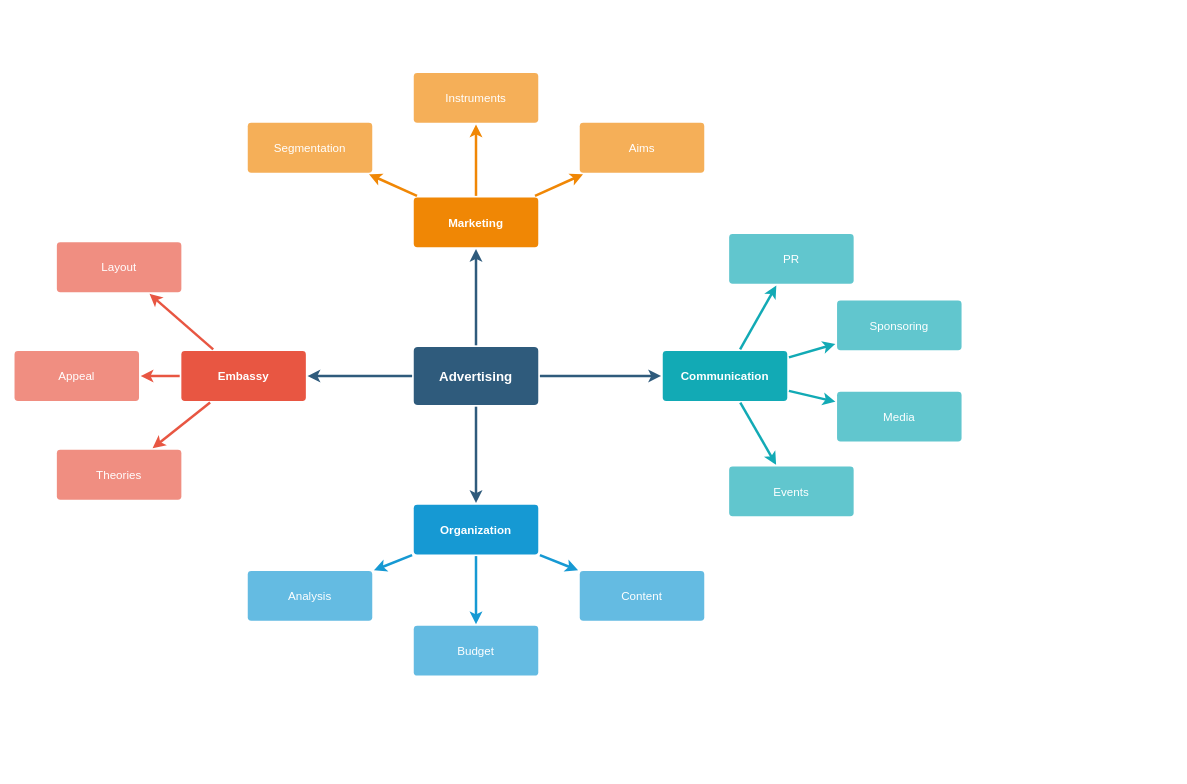
RosianeSangali/RosianeSangali keeps this draw.io diagram as mapapilarespc.drawio. Above is the earlier version. Source tidied: cells renumbered, new cells numbered last; positions are measured from the earlier drawing's top-left corner, leaving out a move shared by most shapes. Both pictures are drawn from the tidied source at 83%, with x=0, y=0 at pixel (14, 72).
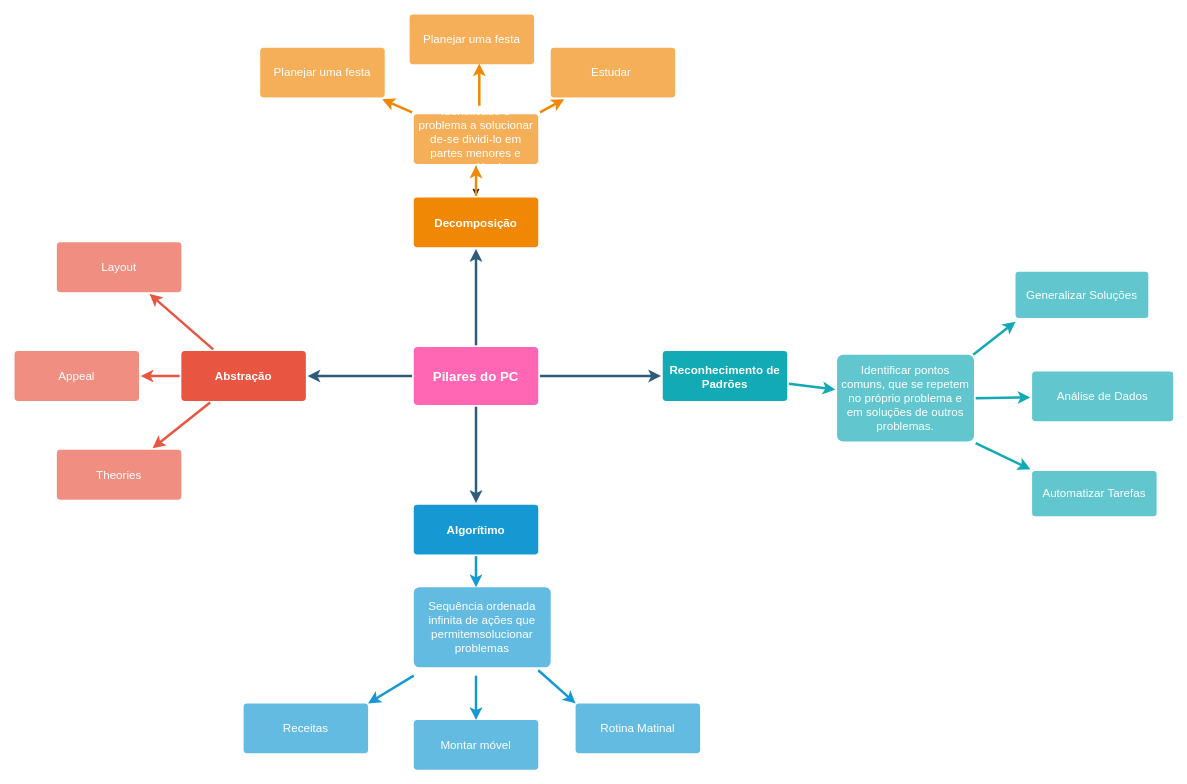
The same diagram, later.

Change to the diagram source:
```diff
@@
-    <mxCell id="6" value="Advertising" style="rounded=1;whiteSpace=wrap;html=1;shadow=0;labelBackgroundColor=none;strokeColor=none;strokeWidth=3;fillColor=#2F5B7C;fontFamily=Helvetica;fontSize=16;fontColor=#FFFFFF;align=center;fontStyle=1;spacing=5;arcSize=7;perimeterSpacing=2;" parent="1" vertex="1">
+    <mxCell id="6" value="Pilares do PC" style="rounded=1;whiteSpace=wrap;html=1;shadow=0;labelBackgroundColor=none;strokeColor=none;strokeWidth=3;fillColor=#FF66B3;fontFamily=Helvetica;fontSize=16;fontColor=#FFFFFF;align=center;fontStyle=1;spacing=5;arcSize=7;perimeterSpacing=2;" parent="1" vertex="1">
       <mxGeometry x="481" y="330.5" width="150" height="70" as="geometry" />
     </mxCell>
@@
-    <mxCell id="10" value="Embassy" style="rounded=1;whiteSpace=wrap;html=1;shadow=0;labelBackgroundColor=none;strokeColor=none;strokeWidth=3;fillColor=#e85642;fontFamily=Helvetica;fontSize=14;fontColor=#FFFFFF;align=center;spacing=5;fontStyle=1;arcSize=7;perimeterSpacing=2;" parent="1" vertex="1">
+    <mxCell id="10" value="Abstração" style="rounded=1;whiteSpace=wrap;html=1;shadow=0;labelBackgroundColor=none;strokeColor=none;strokeWidth=3;fillColor=#e85642;fontFamily=Helvetica;fontSize=14;fontColor=#FFFFFF;align=center;spacing=5;fontStyle=1;arcSize=7;perimeterSpacing=2;" parent="1" vertex="1">
       <mxGeometry x="201" y="335.5" width="150" height="60" as="geometry" />
     </mxCell>
@@
-    <mxCell id="14" style="edgeStyle=none;rounded=0;jumpStyle=none;html=1;shadow=0;labelBackgroundColor=none;startArrow=none;startFill=0;endArrow=classic;endFill=1;jettySize=auto;strokeColor=#1699D3;strokeWidth=3;fontFamily=Helvetica;fontSize=14;fontColor=#FFFFFF;spacing=5;" parent="1" edge="1" source="17" target="20">
-      <mxGeometry relative="1" as="geometry" />
+    <mxCell id="14" style="edgeStyle=none;rounded=0;jumpStyle=none;html=1;shadow=0;labelBackgroundColor=none;startArrow=none;startFill=0;endArrow=classic;endFill=1;jettySize=auto;orthogonalLoop=1;strokeColor=#1699D3;strokeWidth=3;fontFamily=Helvetica;fontSize=14;fontColor=#FFFFFF;spacing=5;" parent="1" edge="1">
+      <mxGeometry relative="1" as="geometry">
+        <mxPoint x="481" y="726.5" as="sourcePoint" />
+        <mxPoint x="426" y="760" as="targetPoint" />
+      </mxGeometry>
     </mxCell>
-    <mxCell id="15" style="edgeStyle=none;rounded=0;jumpStyle=none;html=1;shadow=0;labelBackgroundColor=none;startArrow=none;startFill=0;endArrow=classic;endFill=1;jettySize=auto;strokeColor=#1699D3;strokeWidth=3;fontFamily=Helvetica;fontSize=14;fontColor=#FFFFFF;spacing=5;" parent="1" edge="1" source="17" target="19">
-      <mxGeometry relative="1" as="geometry" />
+    <mxCell id="15" style="edgeStyle=none;rounded=0;jumpStyle=none;html=1;shadow=0;labelBackgroundColor=none;startArrow=none;startFill=0;endArrow=classic;endFill=1;jettySize=auto;strokeColor=#1699D3;strokeWidth=3;fontFamily=Helvetica;fontSize=14;fontColor=#FFFFFF;spacing=5;" parent="1" edge="1" source="17">
+      <mxGeometry relative="1" as="geometry">
+        <mxPoint x="556" y="620" as="targetPoint" />
+      </mxGeometry>
     </mxCell>
-    <mxCell id="16" style="edgeStyle=none;rounded=0;jumpStyle=none;html=1;shadow=0;labelBackgroundColor=none;startArrow=none;startFill=0;endArrow=classic;endFill=1;jettySize=auto;strokeColor=#1699D3;strokeWidth=3;fontFamily=Helvetica;fontSize=14;fontColor=#FFFFFF;spacing=5;" parent="1" edge="1" source="17" target="18">
-      <mxGeometry relative="1" as="geometry" />
+    <mxCell id="16" style="edgeStyle=none;rounded=0;jumpStyle=none;html=1;shadow=0;labelBackgroundColor=none;startArrow=none;startFill=0;endArrow=classic;endFill=1;jettySize=auto;orthogonalLoop=1;strokeColor=#1699D3;strokeWidth=3;fontFamily=Helvetica;fontSize=14;fontColor=#FFFFFF;spacing=5;" parent="1" edge="1">
+      <mxGeometry relative="1" as="geometry">
+        <mxPoint x="556" y="726.5" as="sourcePoint" />
+        <mxPoint x="556" y="780" as="targetPoint" />
+      </mxGeometry>
     </mxCell>
-    <mxCell id="17" value="Organization" style="rounded=1;whiteSpace=wrap;html=1;shadow=0;labelBackgroundColor=none;strokeColor=none;strokeWidth=3;fillColor=#1699d3;fontFamily=Helvetica;fontSize=14;fontColor=#FFFFFF;align=center;spacing=5;fontStyle=1;arcSize=7;perimeterSpacing=2;" parent="1" vertex="1">
+    <mxCell id="17" value="Algorítimo" style="rounded=1;whiteSpace=wrap;html=1;shadow=0;labelBackgroundColor=none;strokeColor=none;strokeWidth=3;fillColor=#1699d3;fontFamily=Helvetica;fontSize=14;fontColor=#FFFFFF;align=center;spacing=5;fontStyle=1;arcSize=7;perimeterSpacing=2;" parent="1" vertex="1">
       <mxGeometry x="481" y="520.5" width="150" height="60" as="geometry" />
     </mxCell>
-    <mxCell id="18" value="Content" style="rounded=1;whiteSpace=wrap;html=1;shadow=0;labelBackgroundColor=none;strokeColor=none;strokeWidth=3;fillColor=#64bbe2;fontFamily=Helvetica;fontSize=14;fontColor=#FFFFFF;align=center;spacing=5;arcSize=7;perimeterSpacing=2;" parent="1" vertex="1">
-      <mxGeometry x="681" y="600.5" width="150" height="60" as="geometry" />
+    <mxCell id="18" value="Montar móvel" style="rounded=1;whiteSpace=wrap;html=1;shadow=0;labelBackgroundColor=none;strokeColor=none;strokeWidth=3;fillColor=#64bbe2;fontFamily=Helvetica;fontSize=14;fontColor=#FFFFFF;align=center;spacing=5;arcSize=7;perimeterSpacing=2;" parent="1" vertex="1">
+      <mxGeometry x="481" y="780" width="150" height="60" as="geometry" />
     </mxCell>
-    <mxCell id="19" value="Budget" style="rounded=1;whiteSpace=wrap;html=1;shadow=0;labelBackgroundColor=none;strokeColor=none;strokeWidth=3;fillColor=#64bbe2;fontFamily=Helvetica;fontSize=14;fontColor=#FFFFFF;align=center;spacing=5;arcSize=7;perimeterSpacing=2;" parent="1" vertex="1">
-      <mxGeometry x="481" y="666.5" width="150" height="60" as="geometry" />
+    <mxCell id="19" value="Sequência ordenada infinita de ações que permitemsolucionar problemas" style="rounded=1;whiteSpace=wrap;html=1;shadow=0;labelBackgroundColor=none;strokeColor=none;strokeWidth=3;fillColor=#64bbe2;fontFamily=Helvetica;fontSize=14;fontColor=#FFFFFF;align=center;spacing=5;arcSize=7;perimeterSpacing=2;" parent="1" vertex="1">
+      <mxGeometry x="481" y="620" width="165" height="96.5" as="geometry" />
     </mxCell>
-    <mxCell id="20" value="Analysis" style="rounded=1;whiteSpace=wrap;html=1;shadow=0;labelBackgroundColor=none;strokeColor=none;strokeWidth=3;fillColor=#64bbe2;fontFamily=Helvetica;fontSize=14;fontColor=#FFFFFF;align=center;spacing=5;arcSize=7;perimeterSpacing=2;" parent="1" vertex="1">
-      <mxGeometry x="281" y="600.5" width="150" height="60" as="geometry" />
+    <mxCell id="20" value="Receitas" style="rounded=1;whiteSpace=wrap;html=1;shadow=0;labelBackgroundColor=none;strokeColor=none;strokeWidth=3;fillColor=#64bbe2;fontFamily=Helvetica;fontSize=14;fontColor=#FFFFFF;align=center;spacing=5;arcSize=7;perimeterSpacing=2;" parent="1" vertex="1">
+      <mxGeometry x="276" y="760" width="150" height="60" as="geometry" />
     </mxCell>
-    <mxCell id="21" value="Marketing" style="rounded=1;whiteSpace=wrap;html=1;shadow=0;labelBackgroundColor=none;strokeColor=none;strokeWidth=3;fillColor=#F08705;fontFamily=Helvetica;fontSize=14;fontColor=#FFFFFF;align=center;spacing=5;fontStyle=1;arcSize=7;perimeterSpacing=2;" parent="1" vertex="1">
+    <mxCell id="21" value="Decomposição" style="rounded=1;whiteSpace=wrap;html=1;shadow=0;labelBackgroundColor=none;strokeColor=none;strokeWidth=3;fillColor=#F08705;fontFamily=Helvetica;fontSize=14;fontColor=#FFFFFF;align=center;spacing=5;fontStyle=1;arcSize=7;perimeterSpacing=2;" parent="1" vertex="1">
       <mxGeometry x="481" y="150.5" width="150" height="60" as="geometry" />
     </mxCell>
-    <mxCell id="22" value="Aims&lt;br&gt;" style="rounded=1;whiteSpace=wrap;html=1;shadow=0;labelBackgroundColor=none;strokeColor=none;strokeWidth=3;fillColor=#f5af58;fontFamily=Helvetica;fontSize=14;fontColor=#FFFFFF;align=center;spacing=5;arcSize=7;perimeterSpacing=2;" parent="1" vertex="1">
-      <mxGeometry x="681" y="60.5" width="150" height="60" as="geometry" />
+    <mxCell id="22" value="Estudar&amp;nbsp;" style="rounded=1;whiteSpace=wrap;html=1;shadow=0;labelBackgroundColor=none;strokeColor=none;strokeWidth=3;fillColor=#f5af58;fontFamily=Helvetica;fontSize=14;fontColor=#FFFFFF;align=center;spacing=5;arcSize=7;perimeterSpacing=2;" parent="1" vertex="1">
+      <mxGeometry x="646" y="-30" width="150" height="60" as="geometry" />
     </mxCell>
-    <mxCell id="23" style="edgeStyle=none;rounded=0;jumpStyle=none;html=1;shadow=0;labelBackgroundColor=none;startArrow=none;startFill=0;endArrow=classic;endFill=1;jettySize=auto;strokeColor=#F08705;strokeWidth=3;fontFamily=Helvetica;fontSize=14;fontColor=#FFFFFF;spacing=5;" parent="1" edge="1" source="21" target="22">
+    <mxCell id="23" style="edgeStyle=none;rounded=0;jumpStyle=none;html=1;shadow=0;labelBackgroundColor=none;startArrow=none;startFill=0;endArrow=classic;endFill=1;jettySize=auto;strokeColor=#F08705;strokeWidth=3;fontFamily=Helvetica;fontSize=14;fontColor=#FFFFFF;spacing=5;exitX=1;exitY=0;exitDx=0;exitDy=0;" parent="1" edge="1" source="24" target="22">
       <mxGeometry relative="1" as="geometry" />
     </mxCell>
+    <mxCell id="37" style="edgeStyle=orthogonalEdgeStyle;rounded=0;jettySize=auto;html=1;" parent="1" edge="1" source="24" target="21">
+      <mxGeometry relative="1" as="geometry" />
+    </mxCell>
-    <mxCell id="24" value="Instruments" style="rounded=1;whiteSpace=wrap;html=1;shadow=0;labelBackgroundColor=none;strokeColor=none;strokeWidth=3;fillColor=#f5af58;fontFamily=Helvetica;fontSize=14;fontColor=#FFFFFF;align=center;spacing=5;arcSize=7;perimeterSpacing=2;" parent="1" vertex="1">
-      <mxGeometry x="481" y="0.5" width="150" height="60" as="geometry" />
+    <mxCell id="24" value="Identificado o problema a solucionar de-se dividi-lo em partes menores e gerenciáveis." style="rounded=1;whiteSpace=wrap;html=1;shadow=0;labelBackgroundColor=none;strokeColor=none;strokeWidth=3;fillColor=#f5af58;fontFamily=Helvetica;fontSize=14;fontColor=#FFFFFF;align=center;spacing=5;arcSize=7;perimeterSpacing=2;" parent="1" vertex="1">
+      <mxGeometry x="481" y="50" width="150" height="60" as="geometry" />
     </mxCell>
@@
-    <mxCell id="26" value="Segmentation" style="rounded=1;whiteSpace=wrap;html=1;shadow=0;labelBackgroundColor=none;strokeColor=none;strokeWidth=3;fillColor=#f5af58;fontFamily=Helvetica;fontSize=14;fontColor=#FFFFFF;align=center;spacing=5;arcSize=7;perimeterSpacing=2;" parent="1" vertex="1">
-      <mxGeometry x="281" y="60.5" width="150" height="60" as="geometry" />
+    <mxCell id="26" value="Planejar uma festa" style="rounded=1;whiteSpace=wrap;html=1;shadow=0;labelBackgroundColor=none;strokeColor=none;strokeWidth=3;fillColor=#f5af58;fontFamily=Helvetica;fontSize=14;fontColor=#FFFFFF;align=center;spacing=5;arcSize=7;perimeterSpacing=2;" parent="1" vertex="1">
+      <mxGeometry x="296" y="-30" width="150" height="60" as="geometry" />
     </mxCell>
-    <mxCell id="27" style="edgeStyle=none;rounded=0;jumpStyle=none;html=1;shadow=0;labelBackgroundColor=none;startArrow=none;startFill=0;endArrow=classic;endFill=1;jettySize=auto;strokeColor=#F08705;strokeWidth=3;fontFamily=Helvetica;fontSize=14;fontColor=#FFFFFF;spacing=5;" parent="1" edge="1" source="21" target="26">
+    <mxCell id="27" style="edgeStyle=none;rounded=0;jumpStyle=none;html=1;shadow=0;labelBackgroundColor=none;startArrow=none;startFill=0;endArrow=classic;endFill=1;jettySize=auto;strokeColor=#F08705;strokeWidth=3;fontFamily=Helvetica;fontSize=14;fontColor=#FFFFFF;spacing=5;exitX=0;exitY=0;exitDx=0;exitDy=0;" parent="1" edge="1" source="24" target="26">
       <mxGeometry relative="1" as="geometry" />
     </mxCell>
-    <mxCell id="28" value="Communication" style="rounded=1;whiteSpace=wrap;html=1;shadow=0;labelBackgroundColor=none;strokeColor=none;strokeWidth=3;fillColor=#12aab5;fontFamily=Helvetica;fontSize=14;fontColor=#FFFFFF;align=center;spacing=5;fontStyle=1;arcSize=7;perimeterSpacing=2;" parent="1" vertex="1">
+    <mxCell id="28" value="Reconhecimento de Padrões" style="rounded=1;whiteSpace=wrap;html=1;shadow=0;labelBackgroundColor=none;strokeColor=none;strokeWidth=3;fillColor=#12aab5;fontFamily=Helvetica;fontSize=14;fontColor=#FFFFFF;align=center;spacing=5;fontStyle=1;arcSize=7;perimeterSpacing=2;" parent="1" vertex="1">
       <mxGeometry x="781" y="335.5" width="150" height="60" as="geometry" />
     </mxCell>
-    <mxCell id="29" value="Events" style="rounded=1;whiteSpace=wrap;html=1;shadow=0;labelBackgroundColor=none;strokeColor=none;strokeWidth=3;fillColor=#61c6ce;fontFamily=Helvetica;fontSize=14;fontColor=#FFFFFF;align=center;spacing=5;fontStyle=0;arcSize=7;perimeterSpacing=2;" parent="1" vertex="1">
-      <mxGeometry x="861" y="474.5" width="150" height="60" as="geometry" />
+    <mxCell id="29" value="Análise de Dados" style="rounded=1;whiteSpace=wrap;html=1;shadow=0;labelBackgroundColor=none;strokeColor=none;strokeWidth=3;fillColor=#61c6ce;fontFamily=Helvetica;fontSize=14;fontColor=#FFFFFF;align=center;spacing=5;fontStyle=0;arcSize=7;perimeterSpacing=2;" parent="1" vertex="1">
+      <mxGeometry x="1226" y="360" width="170" height="60" as="geometry" />
     </mxCell>
-    <mxCell id="30" style="edgeStyle=none;rounded=1;jumpStyle=none;html=1;shadow=0;labelBackgroundColor=none;startArrow=none;startFill=0;jettySize=auto;strokeColor=#12AAB5;strokeWidth=3;fontFamily=Helvetica;fontSize=14;fontColor=#FFFFFF;spacing=5;fontStyle=1;fillColor=#b0e3e6;" parent="1" edge="1" source="28" target="29">
+    <mxCell id="30" style="edgeStyle=none;rounded=1;jumpStyle=none;html=1;shadow=0;labelBackgroundColor=none;startArrow=none;startFill=0;jettySize=auto;strokeColor=#12AAB5;strokeWidth=3;fontFamily=Helvetica;fontSize=14;fontColor=#FFFFFF;spacing=5;fontStyle=1;fillColor=#b0e3e6;exitX=1;exitY=0.5;exitDx=0;exitDy=0;" parent="1" edge="1" source="31" target="29">
       <mxGeometry relative="1" as="geometry" />
     </mxCell>
-    <mxCell id="31" value="Media" style="rounded=1;whiteSpace=wrap;html=1;shadow=0;labelBackgroundColor=none;strokeColor=none;strokeWidth=3;fillColor=#61c6ce;fontFamily=Helvetica;fontSize=14;fontColor=#FFFFFF;align=center;spacing=5;fontStyle=0;arcSize=7;perimeterSpacing=2;" parent="1" vertex="1">
-      <mxGeometry x="991" y="384.5" width="150" height="60" as="geometry" />
+    <mxCell id="31" value="Identificar pontos comuns, que se repetem no próprio problema e em soluções de outros problemas." style="rounded=1;whiteSpace=wrap;html=1;shadow=0;labelBackgroundColor=none;strokeColor=none;strokeWidth=3;fillColor=#61c6ce;fontFamily=Helvetica;fontSize=14;fontColor=#FFFFFF;align=center;spacing=5;fontStyle=0;arcSize=7;perimeterSpacing=2;" parent="1" vertex="1">
+      <mxGeometry x="991" y="340" width="165" height="104.5" as="geometry" />
     </mxCell>
@@
-    <mxCell id="33" value="Sponsoring" style="rounded=1;whiteSpace=wrap;html=1;shadow=0;labelBackgroundColor=none;strokeColor=none;strokeWidth=3;fillColor=#61c6ce;fontFamily=Helvetica;fontSize=14;fontColor=#FFFFFF;align=center;spacing=5;fontStyle=0;arcSize=7;perimeterSpacing=2;" parent="1" vertex="1">
-      <mxGeometry x="991" y="274.5" width="150" height="60" as="geometry" />
+    <mxCell id="33" value="Generalizar Soluções" style="rounded=1;whiteSpace=wrap;html=1;shadow=0;labelBackgroundColor=none;strokeColor=none;strokeWidth=3;fillColor=#61c6ce;fontFamily=Helvetica;fontSize=14;fontColor=#FFFFFF;align=center;spacing=5;fontStyle=0;arcSize=7;perimeterSpacing=2;" parent="1" vertex="1">
+      <mxGeometry x="1206" y="240" width="160" height="55.5" as="geometry" />
     </mxCell>
-    <mxCell id="34" style="edgeStyle=none;rounded=1;jumpStyle=none;html=1;shadow=0;labelBackgroundColor=none;startArrow=none;startFill=0;jettySize=auto;strokeColor=#12AAB5;strokeWidth=3;fontFamily=Helvetica;fontSize=14;fontColor=#FFFFFF;spacing=5;fontStyle=1;fillColor=#b0e3e6;" parent="1" edge="1" source="28" target="33">
-      <mxGeometry relative="1" as="geometry" />
+    <mxCell id="34" style="edgeStyle=none;rounded=1;jumpStyle=none;html=1;shadow=0;labelBackgroundColor=none;startArrow=none;startFill=0;jettySize=auto;orthogonalLoop=1;strokeColor=#12AAB5;strokeWidth=3;fontFamily=Helvetica;fontSize=14;fontColor=#FFFFFF;spacing=5;fontStyle=1;fillColor=#b0e3e6;" parent="1" edge="1">
+      <mxGeometry relative="1" as="geometry">
+        <mxPoint x="1155" y="340" as="sourcePoint" />
+        <mxPoint x="1206" y="300" as="targetPoint" />
+      </mxGeometry>
     </mxCell>
-    <mxCell id="35" value="PR" style="rounded=1;whiteSpace=wrap;html=1;shadow=0;labelBackgroundColor=none;strokeColor=none;strokeWidth=3;fillColor=#61c6ce;fontFamily=Helvetica;fontSize=14;fontColor=#FFFFFF;align=center;spacing=5;fontStyle=0;arcSize=7;perimeterSpacing=2;" parent="1" vertex="1">
-      <mxGeometry x="861" y="194.5" width="150" height="60" as="geometry" />
+    <mxCell id="35" value="Automatizar Tarefas" style="rounded=1;whiteSpace=wrap;html=1;shadow=0;labelBackgroundColor=none;strokeColor=none;strokeWidth=3;fillColor=#61c6ce;fontFamily=Helvetica;fontSize=14;fontColor=#FFFFFF;align=center;spacing=5;fontStyle=0;arcSize=7;perimeterSpacing=2;" parent="1" vertex="1">
+      <mxGeometry x="1226" y="480" width="150" height="54.5" as="geometry" />
     </mxCell>
-    <mxCell id="36" style="edgeStyle=none;rounded=1;jumpStyle=none;html=1;shadow=0;labelBackgroundColor=none;startArrow=none;startFill=0;jettySize=auto;strokeColor=#12AAB5;strokeWidth=3;fontFamily=Helvetica;fontSize=14;fontColor=#FFFFFF;spacing=5;fontStyle=1;fillColor=#b0e3e6;" parent="1" edge="1" source="28" target="35">
+    <mxCell id="36" style="edgeStyle=none;rounded=1;jumpStyle=none;html=1;shadow=0;labelBackgroundColor=none;startArrow=none;startFill=0;jettySize=auto;strokeColor=#12AAB5;strokeWidth=3;fontFamily=Helvetica;fontSize=14;fontColor=#FFFFFF;spacing=5;fontStyle=1;fillColor=#b0e3e6;exitX=1;exitY=1;exitDx=0;exitDy=0;entryX=0;entryY=0;entryDx=0;entryDy=0;" parent="1" edge="1" source="31" target="35">
       <mxGeometry relative="1" as="geometry" />
     </mxCell>
+    <mxCell id="38" value="Planejar uma festa" style="rounded=1;whiteSpace=wrap;html=1;shadow=0;labelBackgroundColor=none;strokeColor=none;strokeWidth=3;fillColor=#f5af58;fontFamily=Helvetica;fontSize=14;fontColor=#FFFFFF;align=center;spacing=5;arcSize=7;perimeterSpacing=2;" parent="1" vertex="1">
+      <mxGeometry x="476" y="-70" width="150" height="60" as="geometry" />
+    </mxCell>
+    <mxCell id="39" style="edgeStyle=none;rounded=0;jumpStyle=none;html=1;shadow=0;labelBackgroundColor=none;startArrow=none;startFill=0;endArrow=classic;endFill=1;jettySize=auto;strokeColor=#F08705;strokeWidth=3;fontFamily=Helvetica;fontSize=14;fontColor=#FFFFFF;spacing=5;entryX=0.558;entryY=0.953;entryDx=0;entryDy=0;entryPerimeter=0;" parent="1" edge="1" target="38">
+      <mxGeometry relative="1" as="geometry">
+        <mxPoint x="560" y="40" as="sourcePoint" />
+      </mxGeometry>
+    </mxCell>
+    <mxCell id="40" style="edgeStyle=none;rounded=0;jumpStyle=none;html=1;shadow=0;labelBackgroundColor=none;startArrow=none;startFill=0;endArrow=classic;endFill=1;jettySize=auto;orthogonalLoop=1;strokeColor=#1699D3;strokeWidth=3;fontFamily=Helvetica;fontSize=14;fontColor=#FFFFFF;spacing=5;" parent="1" edge="1">
+      <mxGeometry relative="1" as="geometry">
+        <mxPoint x="631" y="720" as="sourcePoint" />
+        <mxPoint x="676" y="760" as="targetPoint" />
+      </mxGeometry>
+    </mxCell>
+    <mxCell id="41" value="Rotina Matinal" style="rounded=1;whiteSpace=wrap;html=1;shadow=0;labelBackgroundColor=none;strokeColor=none;strokeWidth=3;fillColor=#64bbe2;fontFamily=Helvetica;fontSize=14;fontColor=#FFFFFF;align=center;spacing=5;arcSize=7;perimeterSpacing=2;" parent="1" vertex="1">
+      <mxGeometry x="676" y="760" width="150" height="60" as="geometry" />
+    </mxCell>
```
